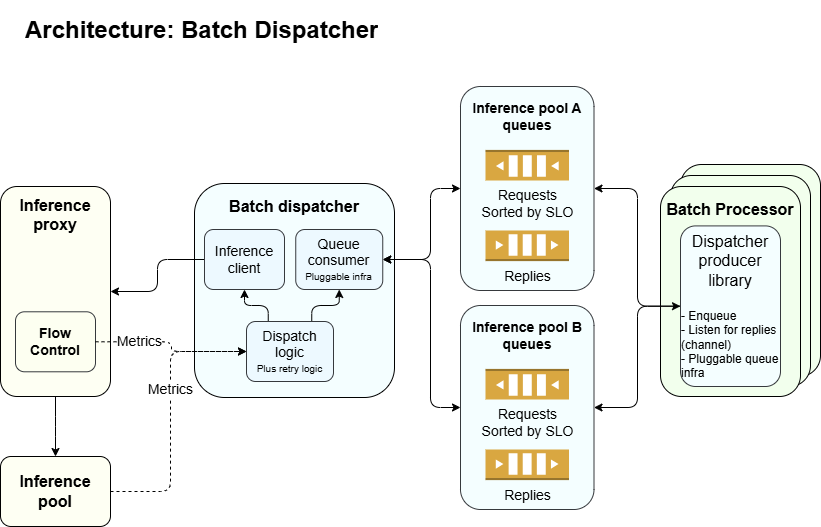
The draw.io diagram docs/design/diagrams/dispatch_1.png in llm-d-incubation/batch-gateway, before a commit. Source tidied: cells renumbered, new cells last; positions are measured from the earlier drawing's top-left corner, leaving out a move shared by most shapes. Its diagram source:
```xml
<mxGraphModel>
  <root>
    <mxCell id="0" />
    <mxCell id="1" parent="0" />
    <mxCell id="2" value="&lt;div&gt;&lt;br&gt;&lt;/div&gt;" style="rounded=1;whiteSpace=wrap;html=1;fillColor=#F2FFED;" parent="1" vertex="1">
      <mxGeometry x="680" y="154" width="140" height="212" as="geometry" />
    </mxCell>
    <mxCell id="3" value="&lt;div&gt;&lt;br&gt;&lt;/div&gt;" style="rounded=1;whiteSpace=wrap;html=1;fillColor=#F2FFED;" parent="1" vertex="1">
      <mxGeometry x="670" y="165" width="140" height="211" as="geometry" />
    </mxCell>
    <mxCell id="4" value="&lt;font style=&quot;font-size: 14px;&quot;&gt;&lt;b&gt;Inference pool A&lt;/b&gt;&lt;/font&gt;&lt;div&gt;&lt;font style=&quot;font-size: 14px;&quot;&gt;&lt;b&gt;queues&lt;/b&gt;&lt;/font&gt;&lt;/div&gt;&lt;div&gt;&lt;font style=&quot;font-size: 14px;&quot;&gt;&lt;b&gt;&lt;br&gt;&lt;/b&gt;&lt;/font&gt;&lt;/div&gt;&lt;div&gt;&lt;font style=&quot;font-size: 14px;&quot;&gt;&lt;b&gt;&lt;br&gt;&lt;/b&gt;&lt;/font&gt;&lt;/div&gt;&lt;div&gt;&lt;font style=&quot;font-size: 14px;&quot;&gt;&lt;b&gt;&lt;br&gt;&lt;/b&gt;&lt;/font&gt;&lt;/div&gt;&lt;div&gt;&lt;font style=&quot;font-size: 14px;&quot;&gt;&lt;b&gt;&lt;br&gt;&lt;/b&gt;&lt;/font&gt;&lt;/div&gt;&lt;div&gt;&lt;font style=&quot;font-size: 14px;&quot;&gt;&lt;b&gt;&lt;br&gt;&lt;/b&gt;&lt;/font&gt;&lt;/div&gt;&lt;div&gt;&lt;font style=&quot;font-size: 14px;&quot;&gt;&lt;b&gt;&lt;br&gt;&lt;/b&gt;&lt;/font&gt;&lt;/div&gt;&lt;div&gt;&lt;br&gt;&lt;/div&gt;&lt;div&gt;&lt;br&gt;&lt;/div&gt;&lt;div&gt;&lt;br&gt;&lt;/div&gt;" style="rounded=1;whiteSpace=wrap;html=1;fillColor=#F4FEFF;strokeColor=#36393d;" parent="1" vertex="1">
      <mxGeometry x="460" y="76" width="133.5" height="204" as="geometry" />
    </mxCell>
    <mxCell id="5" value="&lt;div&gt;&lt;font style=&quot;font-size: 16px;&quot;&gt;&lt;b&gt;Batch Processor&lt;/b&gt;&lt;/font&gt;&lt;/div&gt;&lt;div&gt;&lt;font style=&quot;font-size: 16px;&quot;&gt;&lt;b&gt;&lt;br&gt;&lt;/b&gt;&lt;/font&gt;&lt;/div&gt;&lt;div&gt;&lt;font style=&quot;font-size: 16px;&quot;&gt;&lt;b&gt;&lt;br&gt;&lt;/b&gt;&lt;/font&gt;&lt;/div&gt;&lt;div&gt;&lt;font style=&quot;font-size: 16px;&quot;&gt;&lt;b&gt;&lt;br&gt;&lt;/b&gt;&lt;/font&gt;&lt;/div&gt;&lt;div&gt;&lt;font style=&quot;font-size: 16px;&quot;&gt;&lt;b&gt;&lt;br&gt;&lt;/b&gt;&lt;/font&gt;&lt;/div&gt;&lt;div&gt;&lt;font style=&quot;font-size: 16px;&quot;&gt;&lt;b&gt;&lt;br&gt;&lt;/b&gt;&lt;/font&gt;&lt;/div&gt;&lt;div&gt;&lt;font style=&quot;font-size: 16px;&quot;&gt;&lt;b&gt;&lt;br&gt;&lt;/b&gt;&lt;/font&gt;&lt;/div&gt;&lt;div&gt;&lt;font style=&quot;font-size: 16px;&quot;&gt;&lt;b&gt;&lt;br&gt;&lt;/b&gt;&lt;/font&gt;&lt;/div&gt;&lt;div&gt;&lt;br&gt;&lt;/div&gt;&lt;div&gt;&lt;br&gt;&lt;/div&gt;" style="rounded=1;whiteSpace=wrap;html=1;fillColor=#F2FFED;" parent="1" vertex="1">
      <mxGeometry x="660" y="176" width="140" height="210" as="geometry" />
    </mxCell>
    <mxCell id="6" value="&lt;h1&gt;Architecture: Batch Dispatcher&lt;/h1&gt;" style="text;html=1;strokeColor=none;fillColor=none;spacing=5;spacingTop=-20;whiteSpace=wrap;overflow=hidden;rounded=0;fontSize=12;" parent="1" vertex="1">
      <mxGeometry x="20" y="-0.4" width="630" height="40.4" as="geometry" />
    </mxCell>
    <mxCell id="7" style="edgeStyle=elbowEdgeStyle;elbow=vertical;html=1;exitX=0.5;exitY=1;exitDx=0;exitDy=0;" parent="1" edge="1" source="8" target="27">
      <mxGeometry relative="1" as="geometry" />
    </mxCell>
    <mxCell id="8" value="&lt;font style=&quot;font-size: 16px;&quot;&gt;&lt;b&gt;Inference proxy&lt;/b&gt;&lt;/font&gt;&lt;div&gt;&lt;font style=&quot;font-size: 16px;&quot;&gt;&lt;b&gt;&lt;br&gt;&lt;/b&gt;&lt;/font&gt;&lt;/div&gt;&lt;div&gt;&lt;font style=&quot;font-size: 16px;&quot;&gt;&lt;b&gt;&lt;br&gt;&lt;/b&gt;&lt;/font&gt;&lt;/div&gt;&lt;div&gt;&lt;font style=&quot;font-size: 16px;&quot;&gt;&lt;b&gt;&lt;br&gt;&lt;/b&gt;&lt;/font&gt;&lt;/div&gt;&lt;div&gt;&lt;font style=&quot;font-size: 16px;&quot;&gt;&lt;b&gt;&lt;br&gt;&lt;/b&gt;&lt;/font&gt;&lt;/div&gt;&lt;div&gt;&lt;font style=&quot;font-size: 16px;&quot;&gt;&lt;b&gt;&lt;br&gt;&lt;/b&gt;&lt;/font&gt;&lt;/div&gt;&lt;div&gt;&lt;font style=&quot;font-size: 16px;&quot;&gt;&lt;b&gt;&lt;br&gt;&lt;/b&gt;&lt;/font&gt;&lt;/div&gt;&lt;div&gt;&lt;font style=&quot;font-size: 16px;&quot;&gt;&lt;b&gt;&lt;br&gt;&lt;/b&gt;&lt;/font&gt;&lt;/div&gt;&lt;div&gt;&lt;font style=&quot;font-size: 16px;&quot;&gt;&lt;b&gt;&lt;br&gt;&lt;/b&gt;&lt;/font&gt;&lt;/div&gt;" style="rounded=1;whiteSpace=wrap;html=1;fillColor=#FEFFF3;" parent="1" vertex="1">
      <mxGeometry y="176" width="110" height="210" as="geometry" />
    </mxCell>
    <mxCell id="9" value="&lt;span style=&quot;font-size: 16px;&quot;&gt;&lt;b&gt;Batch dispatcher&lt;/b&gt;&lt;/span&gt;&lt;div&gt;&lt;span style=&quot;font-size: 16px;&quot;&gt;&lt;b&gt;&lt;br&gt;&lt;/b&gt;&lt;/span&gt;&lt;/div&gt;&lt;div&gt;&lt;span style=&quot;font-size: 16px;&quot;&gt;&lt;b&gt;&lt;br&gt;&lt;/b&gt;&lt;/span&gt;&lt;/div&gt;&lt;div&gt;&lt;span style=&quot;font-size: 16px;&quot;&gt;&lt;b&gt;&lt;br&gt;&lt;/b&gt;&lt;/span&gt;&lt;/div&gt;&lt;div&gt;&lt;span style=&quot;font-size: 16px;&quot;&gt;&lt;b&gt;&lt;br&gt;&lt;/b&gt;&lt;/span&gt;&lt;/div&gt;&lt;div&gt;&lt;span style=&quot;font-size: 16px;&quot;&gt;&lt;b&gt;&lt;br&gt;&lt;/b&gt;&lt;/span&gt;&lt;/div&gt;&lt;div&gt;&lt;span style=&quot;font-size: 16px;&quot;&gt;&lt;b&gt;&lt;br&gt;&lt;/b&gt;&lt;/span&gt;&lt;/div&gt;&lt;div&gt;&lt;span style=&quot;font-size: 16px;&quot;&gt;&lt;b&gt;&lt;br&gt;&lt;/b&gt;&lt;/span&gt;&lt;/div&gt;&lt;div&gt;&lt;span style=&quot;font-size: 16px;&quot;&gt;&lt;b&gt;&lt;br&gt;&lt;/b&gt;&lt;/span&gt;&lt;/div&gt;&lt;div&gt;&lt;br&gt;&lt;/div&gt;" style="rounded=1;whiteSpace=wrap;html=1;fillColor=#F4FEFF;" parent="1" vertex="1">
      <mxGeometry x="194" y="173" width="200" height="214" as="geometry" />
    </mxCell>
    <mxCell id="10" style="edgeStyle=elbowEdgeStyle;html=1;exitX=0;exitY=0.5;exitDx=0;exitDy=0;entryX=1;entryY=0.5;entryDx=0;entryDy=0;" parent="1" edge="1" source="11" target="8">
      <mxGeometry relative="1" as="geometry" />
    </mxCell>
    <mxCell id="11" value="&lt;font style=&quot;font-size: 14px;&quot;&gt;Inference client&lt;/font&gt;" style="rounded=1;whiteSpace=wrap;html=1;fillColor=#EDF9FF;strokeColor=#36393d;" parent="1" vertex="1">
      <mxGeometry x="204" y="219" width="80" height="60" as="geometry" />
    </mxCell>
    <mxCell id="12" value="&lt;font style=&quot;font-size: 14px;&quot;&gt;Queue consumer&lt;/font&gt;&lt;div&gt;&lt;font size=&quot;1&quot; style=&quot;&quot;&gt;Pluggable infra&lt;/font&gt;&lt;/div&gt;" style="rounded=1;whiteSpace=wrap;html=1;fillColor=#EDF9FF;strokeColor=#36393d;" parent="1" vertex="1">
      <mxGeometry x="295.2" y="219" width="87" height="60" as="geometry" />
    </mxCell>
    <mxCell id="13" style="edgeStyle=elbowEdgeStyle;html=1;entryX=1;entryY=0.5;entryDx=0;entryDy=0;exitX=0;exitY=0.5;exitDx=0;exitDy=0;startArrow=classic;startFill=1;" parent="1" edge="1" source="4" target="12">
      <mxGeometry relative="1" as="geometry">
        <Array as="points">
          <mxPoint x="430" y="213" />
        </Array>
      </mxGeometry>
    </mxCell>
    <mxCell id="14" style="edgeStyle=elbowEdgeStyle;html=1;exitX=0;exitY=0.5;exitDx=0;exitDy=0;entryX=1;entryY=0.5;entryDx=0;entryDy=0;" parent="1" edge="1" source="15" target="29">
      <mxGeometry relative="1" as="geometry" />
    </mxCell>
    <mxCell id="15" value="&lt;div&gt;&lt;span style=&quot;font-size: 16px;&quot;&gt;Dispatcher producer library&lt;/span&gt;&lt;/div&gt;&lt;div&gt;&lt;span style=&quot;font-size: 16px;&quot;&gt;&lt;br&gt;&lt;/span&gt;&lt;/div&gt;&lt;div style=&quot;text-align: left;&quot;&gt;- Enqueue&lt;/div&gt;&lt;div style=&quot;text-align: left;&quot;&gt;- Listen for replies (channel)&lt;/div&gt;&lt;div style=&quot;text-align: left;&quot;&gt;- Pluggable queue infra&lt;/div&gt;" style="rounded=1;whiteSpace=wrap;html=1;fillColor=#F4FEFF;strokeColor=#36393d;" parent="1" vertex="1">
      <mxGeometry x="680" y="215.4" width="100" height="160.6" as="geometry" />
    </mxCell>
    <mxCell id="16" style="edgeStyle=elbowEdgeStyle;html=1;exitX=0;exitY=0.5;exitDx=0;exitDy=0;entryX=1;entryY=0.5;entryDx=0;entryDy=0;startArrow=classic;startFill=1;" parent="1" edge="1" source="15" target="4">
      <mxGeometry relative="1" as="geometry" />
    </mxCell>
    <mxCell id="17" value="&lt;font style=&quot;font-size: 14px;&quot;&gt;Replies&lt;/font&gt;" style="dashed=0;verticalLabelPosition=bottom;verticalAlign=top;align=center;html=1;shape=mxgraph.aws3.queue;fillColor=#D9A741;gradientColor=none;" parent="1" vertex="1">
      <mxGeometry x="485" y="220" width="83.5" height="30.6" as="geometry" />
    </mxCell>
    <mxCell id="18" value="&lt;font style=&quot;font-size: 14px;&quot;&gt;Requests&lt;/font&gt;&lt;div&gt;&lt;font style=&quot;font-size: 14px;&quot;&gt;Sorted by SLO&lt;/font&gt;&lt;/div&gt;" style="dashed=0;verticalLabelPosition=bottom;verticalAlign=top;align=center;html=1;shape=mxgraph.aws3.queue;fillColor=#D9A741;gradientColor=none;direction=west;" parent="1" vertex="1">
      <mxGeometry x="485" y="139.4" width="83.5" height="30.6" as="geometry" />
    </mxCell>
    <mxCell id="19" style="edgeStyle=elbowEdgeStyle;elbow=vertical;html=1;exitX=0.75;exitY=0;exitDx=0;exitDy=0;entryX=0.5;entryY=1;entryDx=0;entryDy=0;" parent="1" edge="1" source="21" target="12">
      <mxGeometry relative="1" as="geometry" />
    </mxCell>
    <mxCell id="20" style="edgeStyle=elbowEdgeStyle;elbow=vertical;html=1;exitX=0.25;exitY=0;exitDx=0;exitDy=0;entryX=0.5;entryY=1;entryDx=0;entryDy=0;" parent="1" edge="1" source="21" target="11">
      <mxGeometry relative="1" as="geometry" />
    </mxCell>
    <mxCell id="21" value="&lt;span style=&quot;font-size: 14px;&quot;&gt;Dispatch logic&lt;/span&gt;&lt;div&gt;&lt;font size=&quot;1&quot;&gt;Plus retry logic&lt;/font&gt;&lt;/div&gt;" style="rounded=1;whiteSpace=wrap;html=1;fillColor=#EDF9FF;strokeColor=#36393d;" parent="1" vertex="1">
      <mxGeometry x="246" y="311" width="87" height="60" as="geometry" />
    </mxCell>
    <mxCell id="22" value="&lt;span style=&quot;font-size: 14px;&quot;&gt;&lt;b&gt;Flow Control&lt;/b&gt;&lt;/span&gt;" style="rounded=1;whiteSpace=wrap;html=1;fillColor=#FDFFF1;strokeColor=#36393d;" parent="1" vertex="1">
      <mxGeometry x="15" y="301.3" width="80" height="60" as="geometry" />
    </mxCell>
    <mxCell id="23" style="edgeStyle=elbowEdgeStyle;html=1;exitX=1;exitY=0.5;exitDx=0;exitDy=0;entryX=0;entryY=0.5;entryDx=0;entryDy=0;dashed=1;" parent="1" edge="1" source="22" target="21">
      <mxGeometry relative="1" as="geometry" />
    </mxCell>
    <mxCell id="24" value="&lt;font style=&quot;font-size: 14px;&quot;&gt;Metrics&lt;/font&gt;" style="edgeLabel;html=1;align=center;verticalAlign=middle;" parent="23" vertex="1">
      <mxGeometry x="0.43" relative="1" as="geometry">
        <mxPoint x="-62" y="-11" as="offset" />
      </mxGeometry>
    </mxCell>
    <mxCell id="25" style="edgeStyle=elbowEdgeStyle;html=1;exitX=1;exitY=0.5;exitDx=0;exitDy=0;entryX=0;entryY=0.5;entryDx=0;entryDy=0;dashed=1;" parent="1" edge="1" source="27" target="21">
      <mxGeometry relative="1" as="geometry">
        <Array as="points">
          <mxPoint x="170" y="330" />
        </Array>
      </mxGeometry>
    </mxCell>
    <mxCell id="26" value="&lt;font style=&quot;font-size: 14px;&quot;&gt;Metrics&lt;/font&gt;" style="edgeLabel;html=1;align=center;verticalAlign=middle;" parent="25" vertex="1">
      <mxGeometry x="0.18" y="1" relative="1" as="geometry" />
    </mxCell>
    <mxCell id="27" value="&lt;div&gt;&lt;font style=&quot;font-size: 16px;&quot;&gt;&lt;b&gt;Inference pool&lt;/b&gt;&lt;/font&gt;&lt;/div&gt;" style="rounded=1;whiteSpace=wrap;html=1;fillColor=#FEFFF3;" parent="1" vertex="1">
      <mxGeometry y="446" width="110" height="70" as="geometry" />
    </mxCell>
    <mxCell id="28" style="edgeStyle=elbowEdgeStyle;html=1;exitX=0;exitY=0.5;exitDx=0;exitDy=0;entryX=1;entryY=0.5;entryDx=0;entryDy=0;startArrow=classic;startFill=1;" parent="1" edge="1" source="29" target="12">
      <mxGeometry relative="1" as="geometry">
        <Array as="points">
          <mxPoint x="430" y="270" />
        </Array>
      </mxGeometry>
    </mxCell>
    <mxCell id="29" value="&lt;font style=&quot;font-size: 14px;&quot;&gt;&lt;b&gt;Inference pool B&lt;/b&gt;&lt;/font&gt;&lt;div&gt;&lt;font style=&quot;font-size: 14px;&quot;&gt;&lt;b&gt;queues&lt;/b&gt;&lt;/font&gt;&lt;/div&gt;&lt;div&gt;&lt;font style=&quot;font-size: 14px;&quot;&gt;&lt;b&gt;&lt;br&gt;&lt;/b&gt;&lt;/font&gt;&lt;/div&gt;&lt;div&gt;&lt;font style=&quot;font-size: 14px;&quot;&gt;&lt;b&gt;&lt;br&gt;&lt;/b&gt;&lt;/font&gt;&lt;/div&gt;&lt;div&gt;&lt;font style=&quot;font-size: 14px;&quot;&gt;&lt;b&gt;&lt;br&gt;&lt;/b&gt;&lt;/font&gt;&lt;/div&gt;&lt;div&gt;&lt;font style=&quot;font-size: 14px;&quot;&gt;&lt;b&gt;&lt;br&gt;&lt;/b&gt;&lt;/font&gt;&lt;/div&gt;&lt;div&gt;&lt;font style=&quot;font-size: 14px;&quot;&gt;&lt;b&gt;&lt;br&gt;&lt;/b&gt;&lt;/font&gt;&lt;/div&gt;&lt;div&gt;&lt;font style=&quot;font-size: 14px;&quot;&gt;&lt;b&gt;&lt;br&gt;&lt;/b&gt;&lt;/font&gt;&lt;/div&gt;&lt;div&gt;&lt;br&gt;&lt;/div&gt;&lt;div&gt;&lt;br&gt;&lt;/div&gt;&lt;div&gt;&lt;br&gt;&lt;/div&gt;" style="rounded=1;whiteSpace=wrap;html=1;fillColor=#F4FEFF;strokeColor=#36393d;" parent="1" vertex="1">
      <mxGeometry x="460" y="295" width="133.5" height="204" as="geometry" />
    </mxCell>
    <mxCell id="30" value="&lt;font style=&quot;font-size: 14px;&quot;&gt;Replies&lt;/font&gt;" style="dashed=0;verticalLabelPosition=bottom;verticalAlign=top;align=center;html=1;shape=mxgraph.aws3.queue;fillColor=#D9A741;gradientColor=none;" parent="1" vertex="1">
      <mxGeometry x="485" y="439" width="83.5" height="30.6" as="geometry" />
    </mxCell>
    <mxCell id="31" value="&lt;font style=&quot;font-size: 14px;&quot;&gt;Requests&lt;/font&gt;&lt;div&gt;&lt;font style=&quot;font-size: 14px;&quot;&gt;Sorted by SLO&lt;/font&gt;&lt;/div&gt;" style="dashed=0;verticalLabelPosition=bottom;verticalAlign=top;align=center;html=1;shape=mxgraph.aws3.queue;fillColor=#D9A741;gradientColor=none;direction=west;" parent="1" vertex="1">
      <mxGeometry x="485" y="358.4" width="83.5" height="30.6" as="geometry" />
    </mxCell>
  </root>
</mxGraphModel>
```
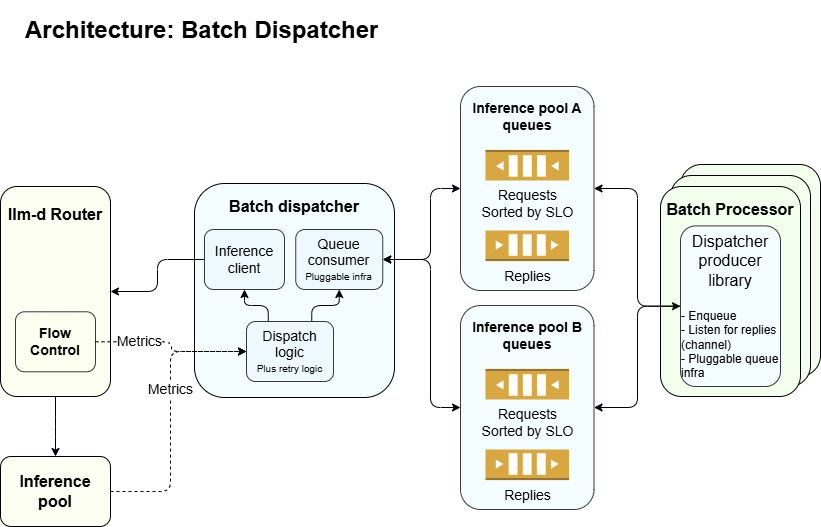
Later version of the same file.

Commit message:
docs: rename "Inference Gateway" to "llm-d Router" in documentation and diagrams

Change to the diagram source:
```diff
@@ -20,7 +20,7 @@
     <mxCell id="7" style="edgeStyle=elbowEdgeStyle;elbow=vertical;html=1;exitX=0.5;exitY=1;exitDx=0;exitDy=0;" parent="1" edge="1" source="8" target="27">
       <mxGeometry relative="1" as="geometry" />
     </mxCell>
-    <mxCell id="8" value="&lt;font style=&quot;font-size: 16px;&quot;&gt;&lt;b&gt;Inference proxy&lt;/b&gt;&lt;/font&gt;&lt;div&gt;&lt;font style=&quot;font-size: 16px;&quot;&gt;&lt;b&gt;&lt;br&gt;&lt;/b&gt;&lt;/font&gt;&lt;/div&gt;&lt;div&gt;&lt;font style=&quot;font-size: 16px;&quot;&gt;&lt;b&gt;&lt;br&gt;&lt;/b&gt;&lt;/font&gt;&lt;/div&gt;&lt;div&gt;&lt;font style=&quot;font-size: 16px;&quot;&gt;&lt;b&gt;&lt;br&gt;&lt;/b&gt;&lt;/font&gt;&lt;/div&gt;&lt;div&gt;&lt;font style=&quot;font-size: 16px;&quot;&gt;&lt;b&gt;&lt;br&gt;&lt;/b&gt;&lt;/font&gt;&lt;/div&gt;&lt;div&gt;&lt;font style=&quot;font-size: 16px;&quot;&gt;&lt;b&gt;&lt;br&gt;&lt;/b&gt;&lt;/font&gt;&lt;/div&gt;&lt;div&gt;&lt;font style=&quot;font-size: 16px;&quot;&gt;&lt;b&gt;&lt;br&gt;&lt;/b&gt;&lt;/font&gt;&lt;/div&gt;&lt;div&gt;&lt;font style=&quot;font-size: 16px;&quot;&gt;&lt;b&gt;&lt;br&gt;&lt;/b&gt;&lt;/font&gt;&lt;/div&gt;&lt;div&gt;&lt;font style=&quot;font-size: 16px;&quot;&gt;&lt;b&gt;&lt;br&gt;&lt;/b&gt;&lt;/font&gt;&lt;/div&gt;" style="rounded=1;whiteSpace=wrap;html=1;fillColor=#FEFFF3;" parent="1" vertex="1">
+    <mxCell id="8" value="&lt;div&gt;&lt;font style=&quot;font-size: 16px;&quot;&gt;&lt;b&gt;llm-d Router&lt;/b&gt;&lt;/font&gt;&lt;/div&gt;&lt;div&gt;&lt;font style=&quot;font-size: 16px;&quot;&gt;&lt;b&gt;&lt;br&gt;&lt;/b&gt;&lt;/font&gt;&lt;/div&gt;&lt;div&gt;&lt;font style=&quot;font-size: 16px;&quot;&gt;&lt;b&gt;&lt;br&gt;&lt;/b&gt;&lt;/font&gt;&lt;/div&gt;&lt;div&gt;&lt;font style=&quot;font-size: 16px;&quot;&gt;&lt;b&gt;&lt;br&gt;&lt;/b&gt;&lt;/font&gt;&lt;/div&gt;&lt;div&gt;&lt;font style=&quot;font-size: 16px;&quot;&gt;&lt;b&gt;&lt;br&gt;&lt;/b&gt;&lt;/font&gt;&lt;/div&gt;&lt;div&gt;&lt;font style=&quot;font-size: 16px;&quot;&gt;&lt;b&gt;&lt;br&gt;&lt;/b&gt;&lt;/font&gt;&lt;/div&gt;&lt;div&gt;&lt;font style=&quot;font-size: 16px;&quot;&gt;&lt;b&gt;&lt;br&gt;&lt;/b&gt;&lt;/font&gt;&lt;/div&gt;&lt;div&gt;&lt;font style=&quot;font-size: 16px;&quot;&gt;&lt;b&gt;&lt;br&gt;&lt;/b&gt;&lt;/font&gt;&lt;/div&gt;&lt;div&gt;&lt;font style=&quot;font-size: 16px;&quot;&gt;&lt;b&gt;&lt;br&gt;&lt;/b&gt;&lt;/font&gt;&lt;/div&gt;" style="rounded=1;whiteSpace=wrap;html=1;fillColor=#FEFFF3;" parent="1" vertex="1">
       <mxGeometry y="176" width="110" height="210" as="geometry" />
     </mxCell>
     <mxCell id="9" value="&lt;span style=&quot;font-size: 16px;&quot;&gt;&lt;b&gt;Batch dispatcher&lt;/b&gt;&lt;/span&gt;&lt;div&gt;&lt;span style=&quot;font-size: 16px;&quot;&gt;&lt;b&gt;&lt;br&gt;&lt;/b&gt;&lt;/span&gt;&lt;/div&gt;&lt;div&gt;&lt;span style=&quot;font-size: 16px;&quot;&gt;&lt;b&gt;&lt;br&gt;&lt;/b&gt;&lt;/span&gt;&lt;/div&gt;&lt;div&gt;&lt;span style=&quot;font-size: 16px;&quot;&gt;&lt;b&gt;&lt;br&gt;&lt;/b&gt;&lt;/span&gt;&lt;/div&gt;&lt;div&gt;&lt;span style=&quot;font-size: 16px;&quot;&gt;&lt;b&gt;&lt;br&gt;&lt;/b&gt;&lt;/span&gt;&lt;/div&gt;&lt;div&gt;&lt;span style=&quot;font-size: 16px;&quot;&gt;&lt;b&gt;&lt;br&gt;&lt;/b&gt;&lt;/span&gt;&lt;/div&gt;&lt;div&gt;&lt;span style=&quot;font-size: 16px;&quot;&gt;&lt;b&gt;&lt;br&gt;&lt;/b&gt;&lt;/span&gt;&lt;/div&gt;&lt;div&gt;&lt;span style=&quot;font-size: 16px;&quot;&gt;&lt;b&gt;&lt;br&gt;&lt;/b&gt;&lt;/span&gt;&lt;/div&gt;&lt;div&gt;&lt;span style=&quot;font-size: 16px;&quot;&gt;&lt;b&gt;&lt;br&gt;&lt;/b&gt;&lt;/span&gt;&lt;/div&gt;&lt;div&gt;&lt;br&gt;&lt;/div&gt;" style="rounded=1;whiteSpace=wrap;html=1;fillColor=#F4FEFF;" parent="1" vertex="1">
```
